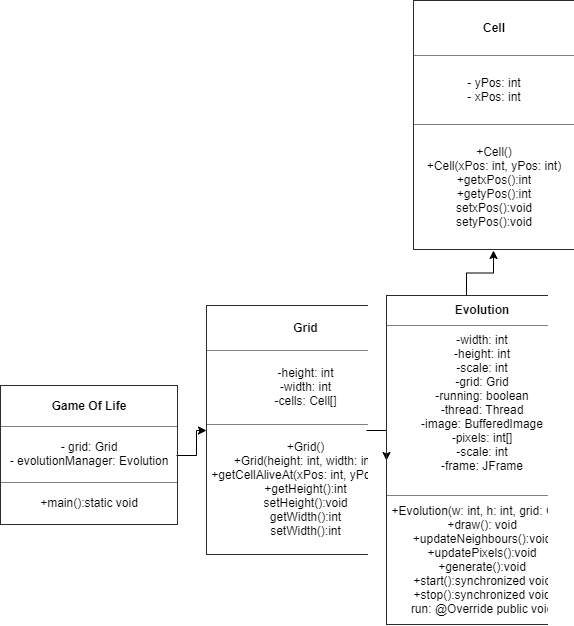
The draw.io diagram Prog2.png in pielun-nti/GameOfLife, before a commit. Source tidied: cells renumbered, new cells last; positions are measured from the earlier drawing's top-left corner, leaving out a move shared by most shapes.
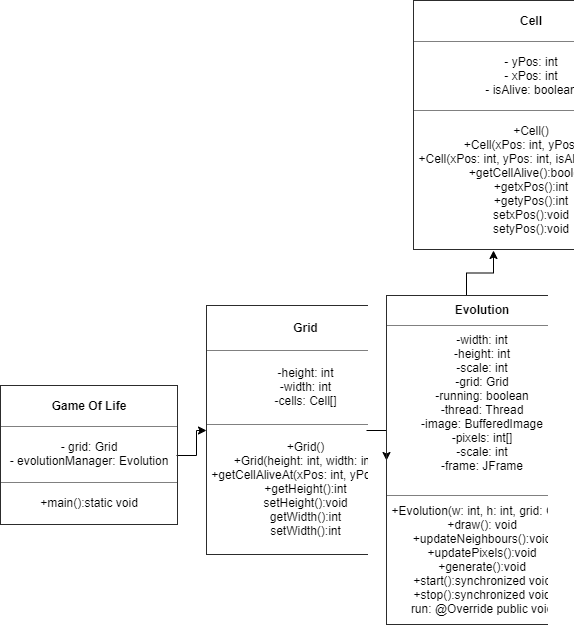
The same file after the commit.

Change to the diagram source:
```diff
@@ -34,7 +34,7 @@
     <mxCell id="9" value="&lt;table border=&quot;1&quot; width=&quot;100%&quot; cellpadding=&quot;4&quot; style=&quot;width: 100% ; height: 100% ; border-collapse: collapse&quot;&gt;&lt;tbody&gt;&lt;tr&gt;&lt;th align=&quot;center&quot;&gt;Grid&lt;/th&gt;&lt;/tr&gt;&lt;tr&gt;&lt;td align=&quot;center&quot;&gt;-height: int&lt;br&gt;-width: int&lt;br&gt;-cells: Cell[]&lt;/td&gt;&lt;/tr&gt;&lt;tr&gt;&lt;td align=&quot;center&quot;&gt;+Grid()&lt;br&gt;+Grid(height: int, width: int)&lt;br&gt;+getCellAliveAt(xPos: int, yPos: int)&lt;br&gt;+getHeight():int&lt;br&gt;setHeight():void&lt;br&gt;getWidth():int&lt;br&gt;setWidth():int&lt;/td&gt;&lt;/tr&gt;&lt;/tbody&gt;&lt;/table&gt;" style="text;html=1;strokeColor=none;fillColor=none;overflow=fill;" parent="1" vertex="1">
       <mxGeometry x="206" y="305" width="160" height="250" as="geometry" />
     </mxCell>
-    <mxCell id="10" value="&lt;table border=&quot;1&quot; width=&quot;100%&quot; cellpadding=&quot;4&quot; style=&quot;width: 100% ; height: 100% ; border-collapse: collapse&quot;&gt;&lt;tbody&gt;&lt;tr&gt;&lt;th align=&quot;center&quot;&gt;Cell&lt;/th&gt;&lt;/tr&gt;&lt;tr&gt;&lt;td align=&quot;center&quot;&gt;- yPos: int&lt;br&gt;- xPos: int&lt;/td&gt;&lt;/tr&gt;&lt;tr&gt;&lt;td align=&quot;center&quot;&gt;+Cell()&lt;br&gt;+Cell(xPos: int, yPos: int)&lt;br&gt;+getxPos():int&lt;br&gt;+getyPos():int&lt;br&gt;setxPos():void&lt;br&gt;setyPos():void&lt;/td&gt;&lt;/tr&gt;&lt;/tbody&gt;&lt;/table&gt;" style="text;html=1;strokeColor=none;fillColor=none;overflow=fill;" parent="1" vertex="1">
+    <mxCell id="10" value="&lt;table border=&quot;1&quot; width=&quot;100%&quot; cellpadding=&quot;4&quot; style=&quot;width: 100% ; height: 100% ; border-collapse: collapse&quot;&gt;&lt;tbody&gt;&lt;tr&gt;&lt;th align=&quot;center&quot;&gt;Cell&lt;/th&gt;&lt;/tr&gt;&lt;tr&gt;&lt;td align=&quot;center&quot;&gt;- yPos: int&lt;br&gt;- xPos: int&lt;br&gt;- isAlive: boolean&lt;/td&gt;&lt;/tr&gt;&lt;tr&gt;&lt;td align=&quot;center&quot;&gt;+Cell()&lt;br&gt;+Cell(xPos: int, yPos: int)&lt;br&gt;+Cell(xPos: int, yPos: int, isAlive: boolean)&lt;br&gt;+getCellAlive():boolean&lt;br&gt;+getxPos():int&lt;br&gt;+getyPos():int&lt;br&gt;setxPos():void&lt;br&gt;setyPos():void&lt;/td&gt;&lt;/tr&gt;&lt;/tbody&gt;&lt;/table&gt;" style="text;html=1;strokeColor=none;fillColor=none;overflow=fill;" parent="1" vertex="1">
       <mxGeometry x="413" width="160" height="250" as="geometry" />
     </mxCell>
     <mxCell id="11" style="edgeStyle=orthogonalEdgeStyle;rounded=0;jettySize=auto;html=1;" parent="1" edge="1" source="12" target="10">
```
